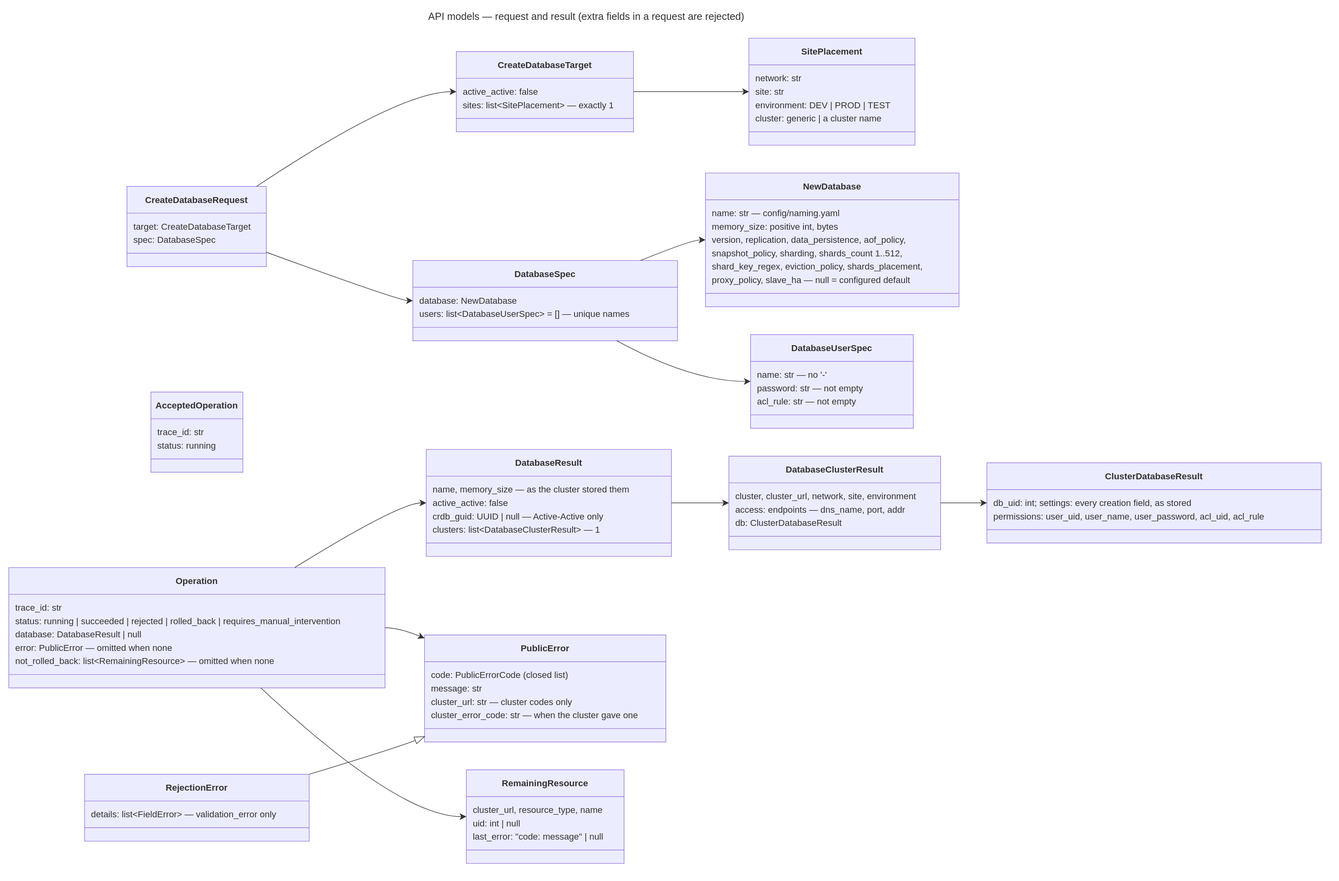
Above: docs/diagrams/19-api-models-create.drawio.svg in EliShteinman/redis-enterprise-services (draw.io), before the change. Source tidied: cells renumbered, new cells last; positions are measured from the earlier drawing's top-left corner, leaving out a move shared by most shapes.
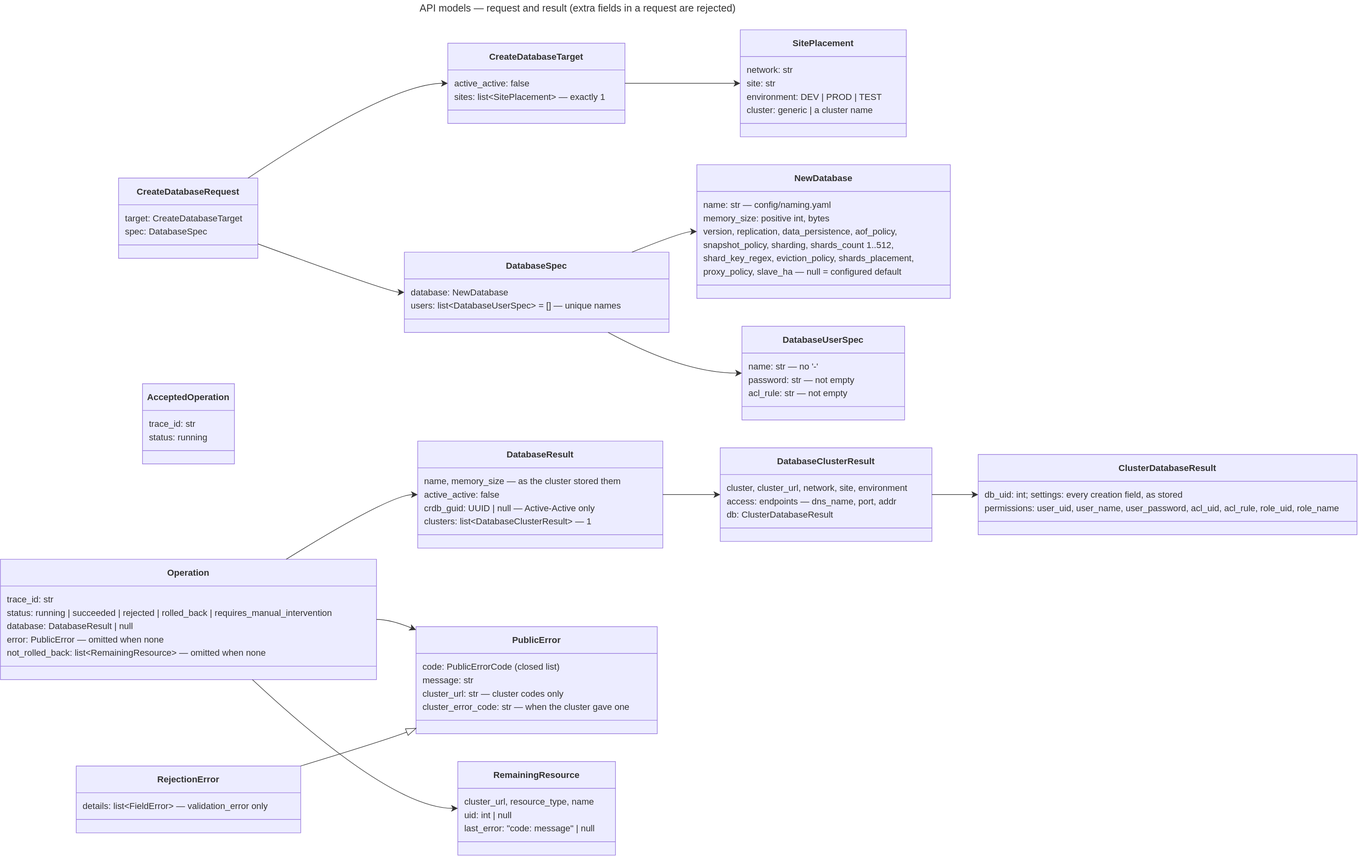
The same file after the commit.

Commit message:
docs(contract): every permission in the result carries its role uid and name

What changed in the source:
```diff
@@ -162,16 +162,16 @@
       <mxGeometry y="132" width="380" height="24" as="geometry" />
     </mxCell>
     <mxCell id="55" value="&lt;b&gt;ClusterDatabaseResult&lt;/b&gt;" style="swimlane;html=1;fontStyle=1;fontSize=16;align=center;verticalAlign=middle;horizontal=1;startSize=48;swimlaneFillColor=light-dark(#ECECFF,#1f2020);whiteSpace=wrap;fillColor=light-dark(#ECECFF,#1f2020);strokeColor=light-dark(#9370DB,#cccccc);fontColor=light-dark(#333333,#cccccc);fontFamily=Trebuchet MS,Verdana,Arial,sans-serif;" parent="1" vertex="1">
-      <mxGeometry x="1755" y="815" width="600" height="144" as="geometry" />
+      <mxGeometry x="1755" y="815" width="680" height="144" as="geometry" />
     </mxCell>
     <mxCell id="56" value="db_uid: int; settings: every creation field, as stored" style="text;fontSize=16;strokeColor=none;fillColor=none;align=left;verticalAlign=middle;spacingLeft=10;spacingRight=12;spacingBottom=2;overflow=hidden;fontFamily=Trebuchet MS,Verdana,Arial,sans-serif;fontColor=light-dark(#333333,#cccccc);" parent="55" vertex="1">
-      <mxGeometry y="60" width="600" height="24" as="geometry" />
+      <mxGeometry y="60" width="680" height="24" as="geometry" />
     </mxCell>
-    <mxCell id="57" value="permissions: user_uid, user_name, user_password, acl_uid, acl_rule" style="text;fontSize=16;strokeColor=none;fillColor=none;align=left;verticalAlign=middle;spacingLeft=10;spacingRight=12;spacingBottom=2;overflow=hidden;fontFamily=Trebuchet MS,Verdana,Arial,sans-serif;fontColor=light-dark(#333333,#cccccc);" parent="55" vertex="1">
-      <mxGeometry y="84" width="600" height="24" as="geometry" />
+    <mxCell id="57" value="permissions: user_uid, user_name, user_password, acl_uid, acl_rule, role_uid, role_name" style="text;fontSize=16;strokeColor=none;fillColor=none;align=left;verticalAlign=middle;spacingLeft=10;spacingRight=12;spacingBottom=2;overflow=hidden;fontFamily=Trebuchet MS,Verdana,Arial,sans-serif;fontColor=light-dark(#333333,#cccccc);" parent="55" vertex="1">
+      <mxGeometry y="84" width="680" height="24" as="geometry" />
     </mxCell>
     <mxCell id="58" style="line;strokeWidth=1;fillColor=none;spacingLeft=3;spacingRight=3;strokeColor=inherit;" parent="55" vertex="1">
-      <mxGeometry y="108" width="600" height="24" as="geometry" />
+      <mxGeometry y="108" width="680" height="24" as="geometry" />
     </mxCell>
     <mxCell id="59" value="&lt;b&gt;PublicError&lt;/b&gt;" style="swimlane;html=1;fontStyle=1;fontSize=16;align=center;verticalAlign=middle;horizontal=1;startSize=48;swimlaneFillColor=light-dark(#ECECFF,#1f2020);whiteSpace=wrap;fillColor=light-dark(#ECECFF,#1f2020);strokeColor=light-dark(#9370DB,#cccccc);fontColor=light-dark(#333333,#cccccc);fontFamily=Trebuchet MS,Verdana,Arial,sans-serif;" parent="1" vertex="1">
       <mxGeometry x="746" y="1124" width="433" height="192" as="geometry" />
```
